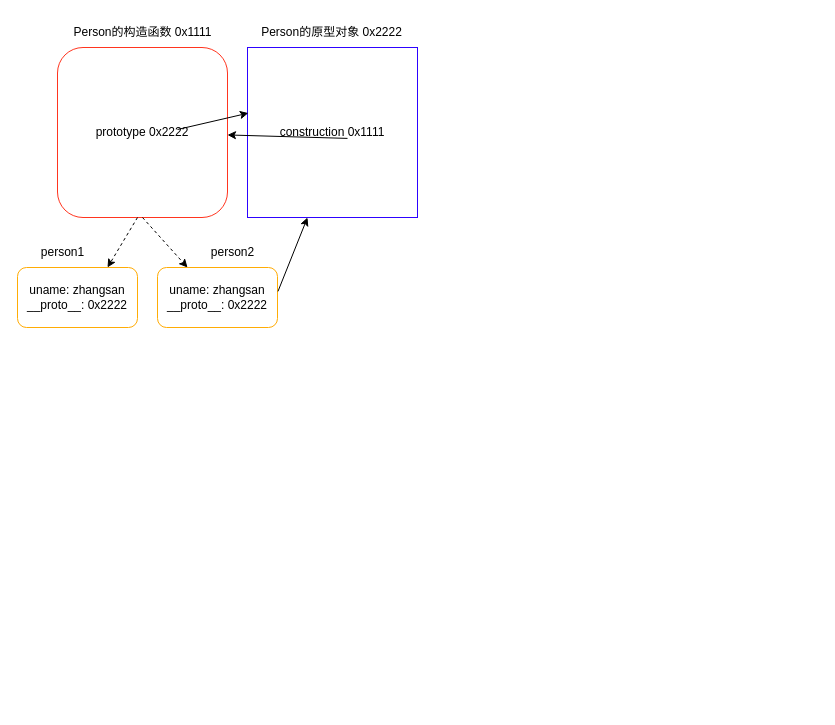
Earlier version of the draw.io diagram draw.io.drawio (lizzzy/picBed). Source tidied: cells renumbered, new cells numbered last; positions are measured from the earlier drawing's top-left corner, leaving out a move shared by most shapes. Both pictures are drawn from the tidied source at 100%, with x=0, y=0 at pixel (17, 17).
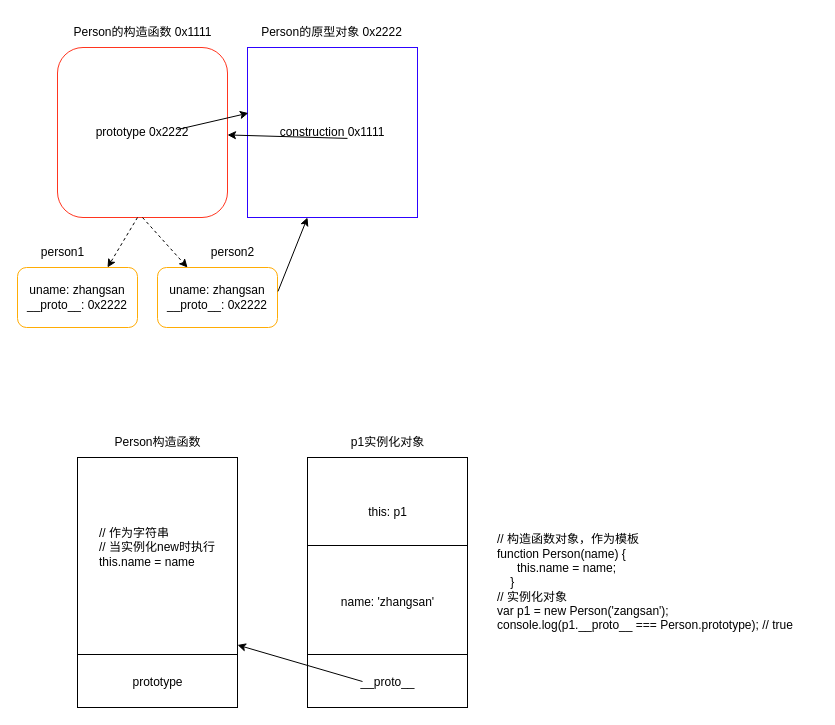
After the change.

Diff of the diagram source:
```diff
@@
+    <mxCell id="15" style="rounded=0;whiteSpace=wrap;html=1;" parent="1" vertex="1">
+      <mxGeometry x="60" y="440" width="160" height="250" as="geometry" />
+    </mxCell>
+    <mxCell id="16" value="Person构造函数" style="text;html=1;align=center;verticalAlign=middle;strokeColor=none;fillColor=none;" parent="1" vertex="1">
+      <mxGeometry x="85" y="410" width="110" height="30" as="geometry" />
+    </mxCell>
+    <mxCell id="17" style="endArrow=none;html=1;rounded=0;entryX=1;entryY=1;entryDx=0;entryDy=0;" parent="1" edge="1">
+      <mxGeometry relative="1" as="geometry">
+        <mxPoint x="60" y="637" as="sourcePoint" />
+        <mxPoint x="220" y="637" as="targetPoint" />
+      </mxGeometry>
+    </mxCell>
+    <mxCell id="18" value="prototype" style="text;html=1;align=center;verticalAlign=middle;strokeColor=none;fillColor=none;" parent="1" vertex="1">
+      <mxGeometry x="105" y="650" width="70" height="30" as="geometry" />
+    </mxCell>
+    <mxCell id="19" style="rounded=0;whiteSpace=wrap;html=1;" parent="1" vertex="1">
+      <mxGeometry x="290" y="440" width="160" height="250" as="geometry" />
+    </mxCell>
+    <mxCell id="20" style="endArrow=none;html=1;rounded=0;entryX=1;entryY=1;entryDx=0;entryDy=0;" parent="1" edge="1">
+      <mxGeometry relative="1" as="geometry">
+        <mxPoint x="290" y="637" as="sourcePoint" />
+        <mxPoint x="450" y="637" as="targetPoint" />
+      </mxGeometry>
+    </mxCell>
+    <mxCell id="21" value="__proto__" style="text;html=1;align=center;verticalAlign=middle;strokeColor=none;fillColor=none;" parent="1" vertex="1">
+      <mxGeometry x="330" y="650" width="80" height="30" as="geometry" />
+    </mxCell>
+    <mxCell id="22" value="p1实例化对象" style="text;html=1;align=center;verticalAlign=middle;strokeColor=none;fillColor=none;" parent="1" vertex="1">
+      <mxGeometry x="320" y="410" width="100" height="30" as="geometry" />
+    </mxCell>
+    <mxCell id="23" style="endArrow=classic;html=1;rounded=0;exitX=0.188;exitY=0.967;exitDx=0;exitDy=0;exitPerimeter=0;entryX=1;entryY=0.75;entryDx=0;entryDy=0;" parent="1" edge="1" target="15">
+      <mxGeometry relative="1" as="geometry">
+        <mxPoint x="345" y="664" as="sourcePoint" />
+      </mxGeometry>
+    </mxCell>
+    <mxCell id="24" value="this: p1" style="text;html=1;align=center;verticalAlign=middle;strokeColor=none;fillColor=none;" parent="1" vertex="1">
+      <mxGeometry x="340" y="480" width="60" height="30" as="geometry" />
+    </mxCell>
+    <mxCell id="25" value="// 作为字符串&lt;br&gt;// 当实例化new时执行&lt;br&gt;this.name = name" style="text;html=1;align=left;verticalAlign=middle;strokeColor=none;fillColor=none;" parent="1" vertex="1">
+      <mxGeometry x="80" y="500" width="140" height="60" as="geometry" />
+    </mxCell>
+    <mxCell id="26" value="name: 'zhangsan'" style="text;html=1;align=center;verticalAlign=middle;strokeColor=none;fillColor=none;" parent="1" vertex="1">
+      <mxGeometry x="310" y="570" width="120" height="30" as="geometry" />
+    </mxCell>
+    <mxCell id="27" style="endArrow=none;html=1;rounded=0;entryX=1;entryY=1;entryDx=0;entryDy=0;" parent="1" edge="1">
+      <mxGeometry relative="1" as="geometry">
+        <mxPoint x="290" y="528" as="sourcePoint" />
+        <mxPoint x="450" y="528" as="targetPoint" />
+      </mxGeometry>
+    </mxCell>
+    <mxCell id="28" value="&lt;div&gt;&lt;span style=&quot;background-color: rgb(255, 255, 255);&quot;&gt;// 构造函数对象，作为模板&lt;br&gt;&lt;/span&gt;&lt;/div&gt;&lt;div&gt;&lt;span style=&quot;background-color: rgb(255, 255, 255);&quot;&gt;function Person(name) {&lt;/span&gt;&lt;/div&gt;&lt;div&gt;&lt;span style=&quot;background-color: rgb(255, 255, 255);&quot;&gt;&amp;nbsp; &amp;nbsp; &amp;nbsp; this.name = name;&lt;/span&gt;&lt;/div&gt;&lt;div&gt;&lt;span style=&quot;background-color: rgb(255, 255, 255);&quot;&gt;&amp;nbsp; &amp;nbsp; }&lt;/span&gt;&lt;/div&gt;&lt;div&gt;&lt;span style=&quot;background-color: rgb(255, 255, 255);&quot;&gt;// 实例化对象&lt;/span&gt;&lt;/div&gt;&lt;div&gt;&lt;span style=&quot;background-color: rgb(255, 255, 255);&quot;&gt;var p1 = new Person('zangsan');&lt;/span&gt;&lt;/div&gt;&lt;div&gt;&lt;span style=&quot;background-color: rgb(255, 255, 255);&quot;&gt;console.log(p1.__proto__ === Person.prototype); // true&lt;/span&gt;&lt;/div&gt;" style="text;html=1;align=left;verticalAlign=middle;strokeColor=none;fillColor=none;spacingTop=0;spacing=0;" parent="1" vertex="1">
+      <mxGeometry x="480" y="510" width="320" height="110" as="geometry" />
+    </mxCell>
```
